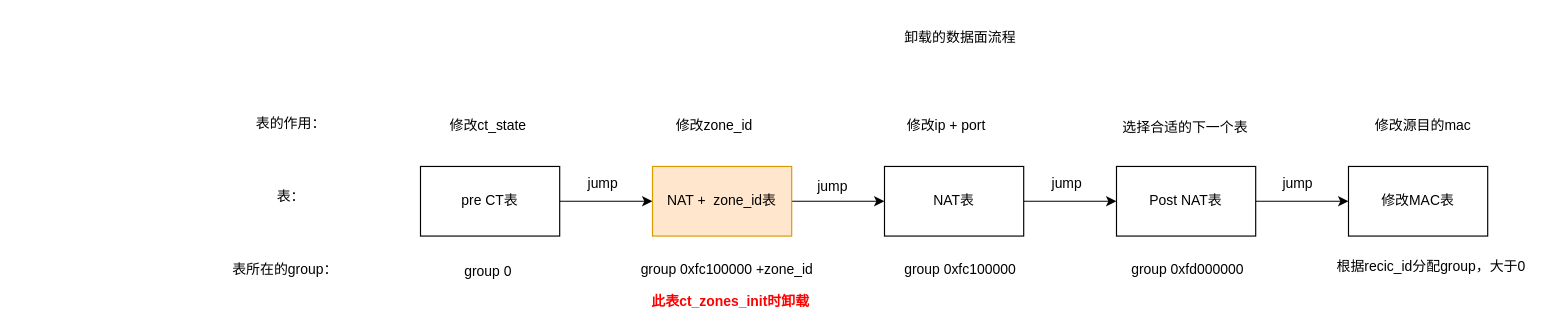
This is page "OVS DPDK 卡上的数据面" (5 of 6) of dpdk.drawio from imoceanking/drawio, a draw.io file, before an edit. Source tidied: cells renumbered, new cells numbered last; positions are measured from the earlier drawing's top-left corner, leaving out a move shared by most shapes. Both pictures are drawn from the tidied source at 116%, with x=0, y=0 at pixel (220, 20).
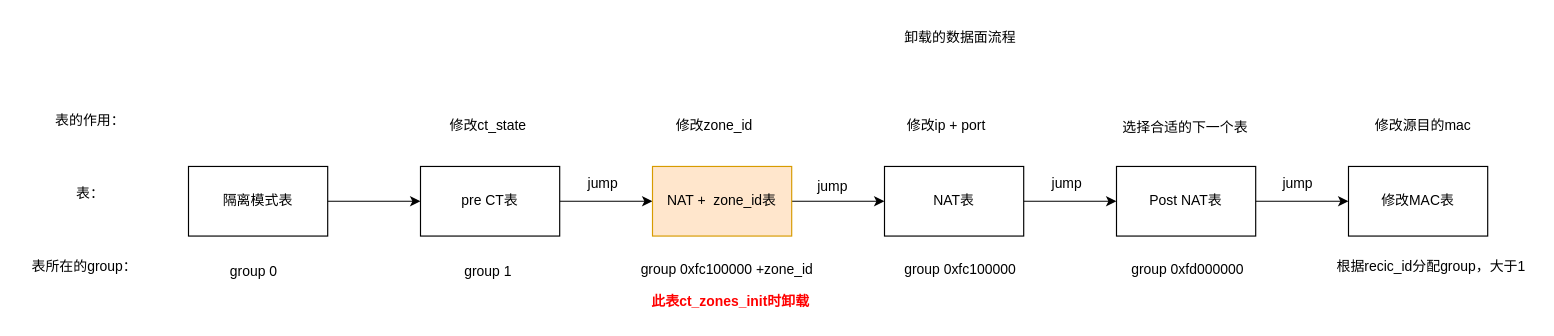
Above is the later version.

Unchanged cells that the change refers to:
```xml
<mxCell id="4" value="pre CT表" style="rounded=0;whiteSpace=wrap;html=1;" parent="1" vertex="1">
  <mxGeometry x="172" y="126" width="120" height="60" as="geometry" />
</mxCell>
```

What changed in the source:
```diff
@@
+    <mxCell id="30" style="edgeStyle=orthogonalEdgeStyle;rounded=0;jettySize=auto;html=1;entryX=0;entryY=0.5;entryDx=0;entryDy=0;exitX=1;exitY=0.5;exitDx=0;exitDy=0;" parent="1" edge="1" source="31" target="4">
+      <mxGeometry relative="1" as="geometry" />
+    </mxCell>
@@
-    <mxCell id="16" value="group 0" style="text;html=1;align=center;verticalAlign=middle;strokeColor=none;fillColor=none;" parent="1" vertex="1">
+    <mxCell id="16" value="group 1" style="text;html=1;align=center;verticalAlign=middle;strokeColor=none;fillColor=none;" parent="1" vertex="1">
       <mxGeometry x="200" y="204" width="59" height="26" as="geometry" />
     </mxCell>
@@
-    <mxCell id="20" value="根据recic_id分配group，大于0" style="text;html=1;align=center;verticalAlign=middle;strokeColor=none;fillColor=none;" parent="1" vertex="1">
+    <mxCell id="20" value="根据recic_id分配group，大于1" style="text;html=1;align=center;verticalAlign=middle;strokeColor=none;fillColor=none;" parent="1" vertex="1">
       <mxGeometry x="952" y="200" width="181" height="26" as="geometry" />
     </mxCell>
@@
     <mxCell id="26" value="表的作用：" style="text;html=1;align=center;verticalAlign=middle;strokeColor=none;fillColor=none;" parent="1" vertex="1">
-      <mxGeometry x="21" y="76" width="78" height="26" as="geometry" />
+      <mxGeometry x="-152" y="74" width="78" height="26" as="geometry" />
     </mxCell>
     <mxCell id="27" value="表：" style="text;html=1;align=center;verticalAlign=middle;strokeColor=none;fillColor=none;" parent="1" vertex="1">
-      <mxGeometry x="39" y="139" width="42" height="26" as="geometry" />
+      <mxGeometry x="-134" y="137" width="42" height="26" as="geometry" />
     </mxCell>
     <mxCell id="28" value="表所在的group：" style="text;html=1;align=center;verticalAlign=middle;strokeColor=none;fillColor=none;" parent="1" vertex="1">
-      <mxGeometry y="202" width="109" height="26" as="geometry" />
+      <mxGeometry x="-173" y="200" width="109" height="26" as="geometry" />
     </mxCell>
@@
+    <mxCell id="31" value="隔离模式表" style="whiteSpace=wrap;html=1;rounded=0;" parent="1" vertex="1">
+      <mxGeometry x="-28" y="126" width="120" height="60" as="geometry" />
+    </mxCell>
+    <mxCell id="32" value="group 0" style="text;html=1;align=center;verticalAlign=middle;strokeColor=none;fillColor=none;" parent="1" vertex="1">
+      <mxGeometry x="-2" y="204" width="59" height="26" as="geometry" />
+    </mxCell>
```
